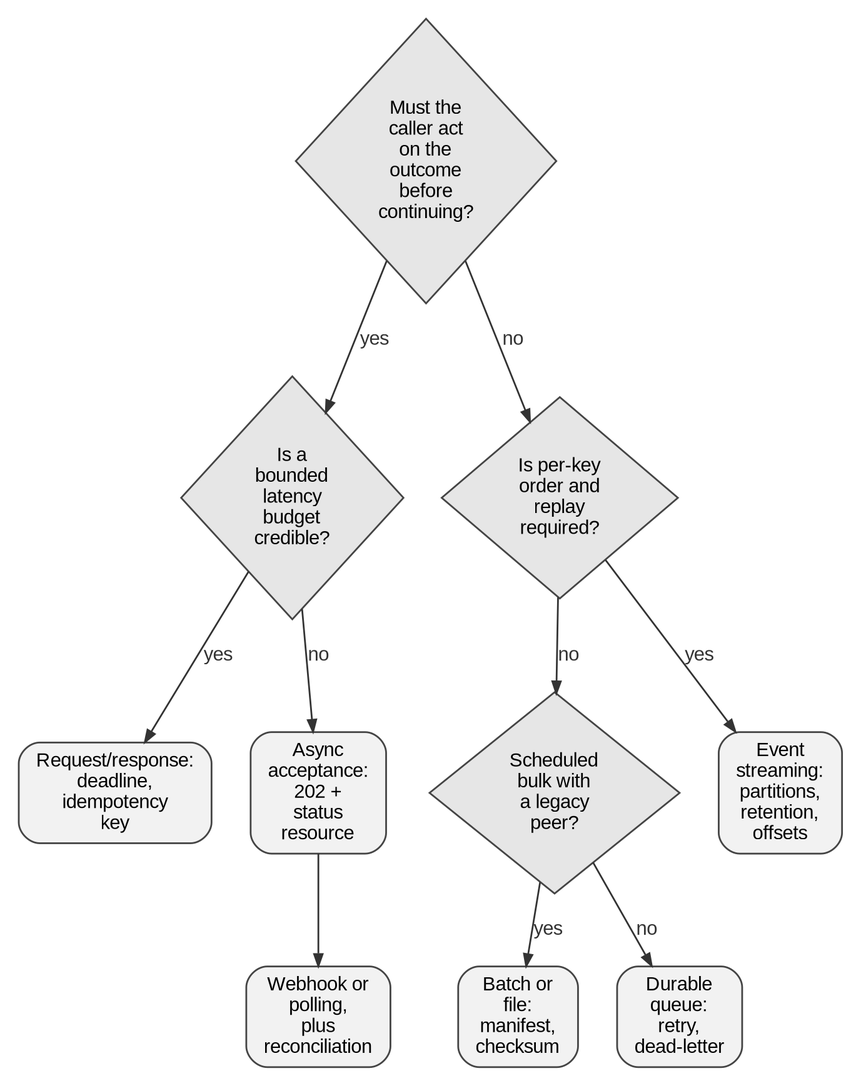
cesarcastrocuba/handbook-solutions-architecture keeps this Graphviz diagram as assets/diagrams/rendered/ch06-style-selection.png. Above is the earlier version. Its source is kept beside it as assets/diagrams/src/ch06-style-selection.dot.
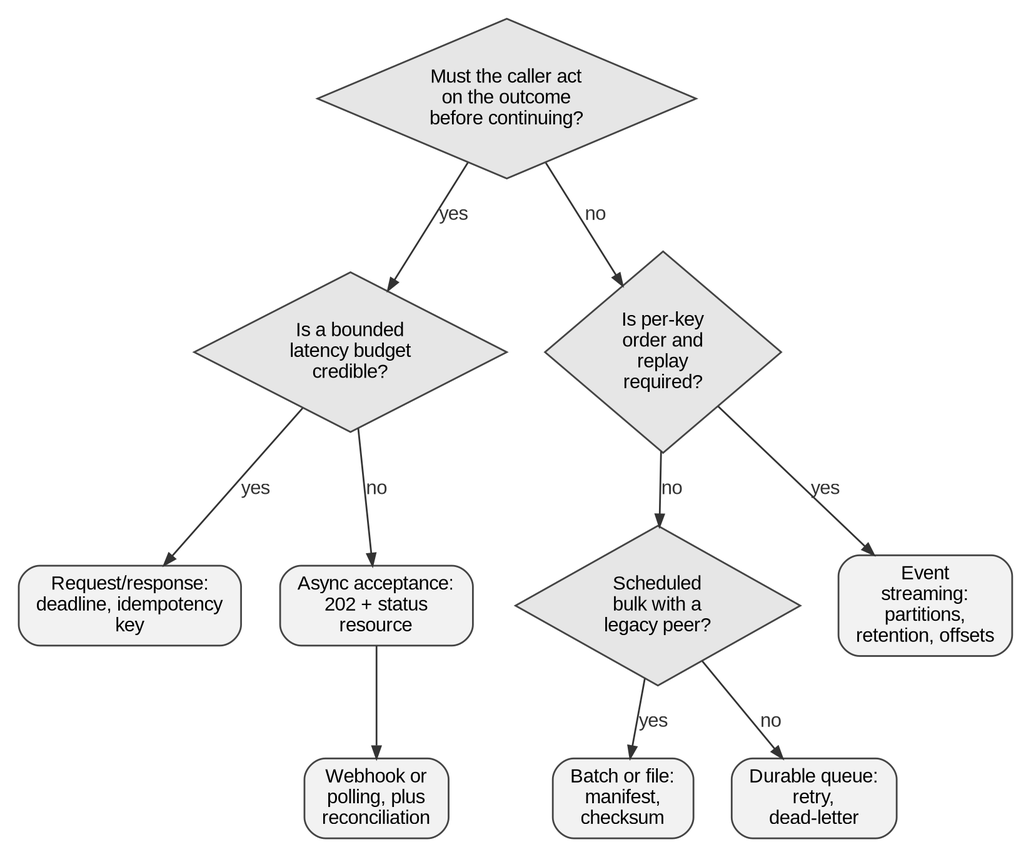
Above is the later version.

Change to the diagram source:
```diff
@@ -1,16 +1,16 @@
 digraph G {
 
  rankdir=TB;
- q1 [label="Must the\ncaller act\non the\noutcome\nbefore\ncontinuing?", shape=diamond, style="filled"];
- q2 [label="Is a\nbounded\nlatency\nbudget\ncredible?", shape=diamond, style="filled"];
+ q1 [label="Must the caller act\non the outcome\nbefore continuing?", shape=diamond, style="filled"];
+ q2 [label="Is a bounded\nlatency budget\ncredible?", shape=diamond, style="filled"];
  q3 [label="Is per-key\norder and\nreplay\nrequired?", shape=diamond, style="filled"];
- q4 [label="Scheduled\nbulk with\na legacy\npeer?", shape=diamond, style="filled"];
- rr [label="Request/response:\ndeadline,\nidempotency\nkey"];
- acc [label="Async\nacceptance:\n202 +\nstatus\nresource"];
- wh [label="Webhook or\npolling,\nplus\nreconciliation"];
- st [label="Event\nstreaming:\npartitions,\nretention,\noffsets"];
- ba [label="Batch or\nfile:\nmanifest,\nchecksum"];
- qu [label="Durable\nqueue:\nretry,\ndead-letter"];
+ q4 [label="Scheduled\nbulk with a\nlegacy peer?", shape=diamond, style="filled"];
+ rr [label="Request/response:\ndeadline, idempotency\nkey"];
+ acc [label="Async acceptance:\n202 + status\nresource"];
+ wh [label="Webhook or\npolling, plus\nreconciliation"];
+ st [label="Event\nstreaming:\npartitions,\nretention, offsets"];
+ ba [label="Batch or file:\nmanifest,\nchecksum"];
+ qu [label="Durable queue:\nretry,\ndead-letter"];
  q1->q2 [label="yes"]; q1->q3 [label="no"];
  q2->rr [label="yes"]; q2->acc [label="no"];
  acc->wh;
```
